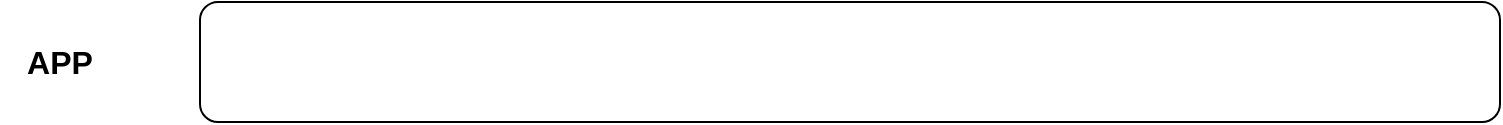
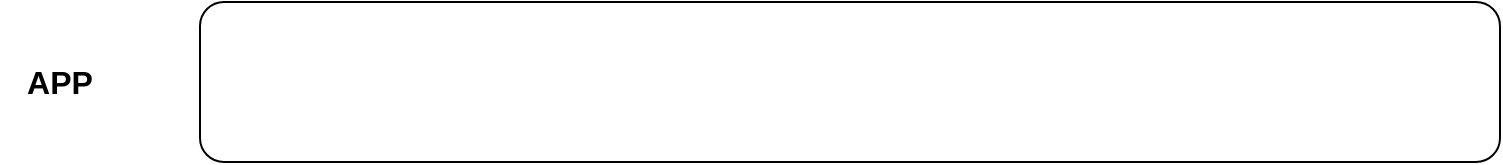
<mxfile host="app.diagrams.net">
  <diagram name="第 1 页" id="ybuJFLsuspTRZjUBc2Sj">
    <mxGraphModel dx="1949" dy="596" grid="1" gridSize="10" guides="1" tooltips="1" connect="1" arrows="1" fold="1" page="1" pageScale="1" pageWidth="827" pageHeight="1169" math="0" shadow="0">
      <root>
        <mxCell id="0" />
        <mxCell id="1" parent="0" />
        <mxCell id="IlZ43ksjCjAGZCLtcrJK-1" parent="1" style="rounded=1;whiteSpace=wrap;html=1;" value="" vertex="1">
-           <mxGeometry height="60" width="650" x="80" y="190" as="geometry" />
+           <mxGeometry height="80" width="650" x="80" y="190" as="geometry" />
        </mxCell>
        <mxCell id="IlZ43ksjCjAGZCLtcrJK-2" parent="1" style="text;html=1;whiteSpace=wrap;strokeColor=none;fillColor=none;align=center;verticalAlign=middle;rounded=0;fontStyle=1;fontSize=16;" value="APP" vertex="1">
-           <mxGeometry height="30" width="60" x="-20" y="205" as="geometry" />
+           <mxGeometry height="30" width="60" x="-20" y="215" as="geometry" />
        </mxCell>
      </root>
    </mxGraphModel>
  </diagram>
</mxfile>
